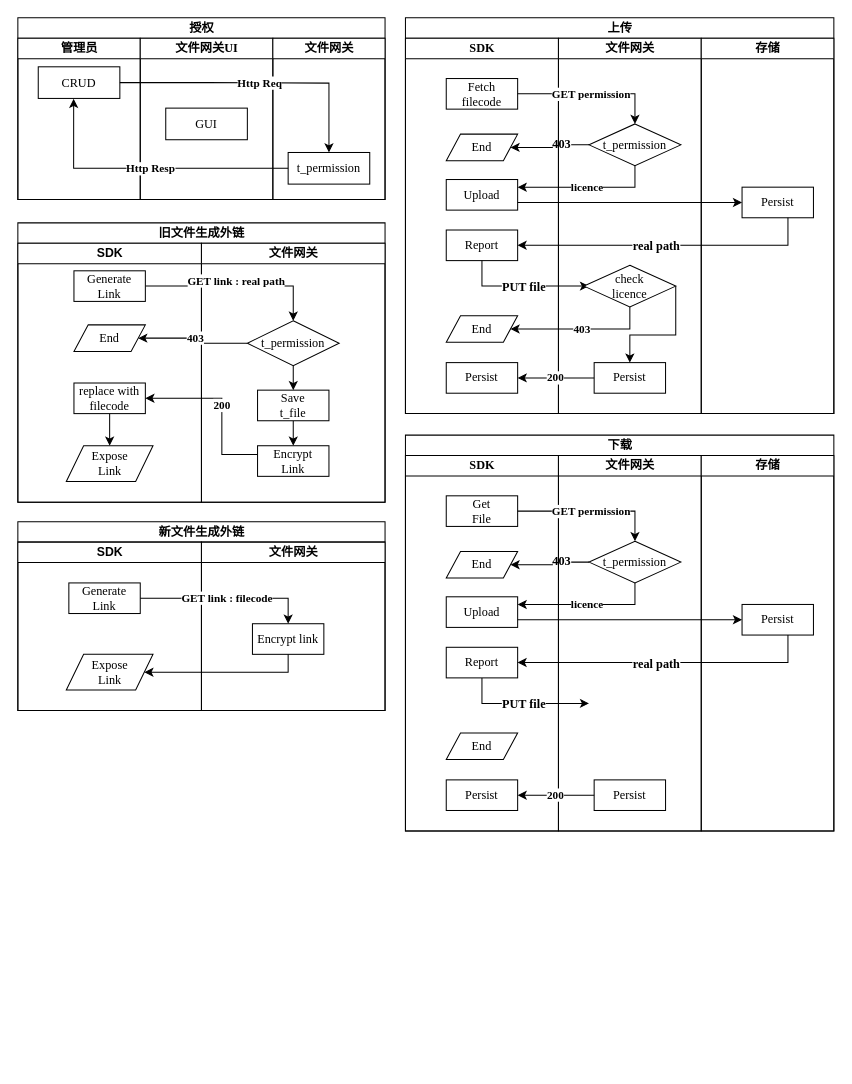
This is File-gateway.drawio from MouGG/drawio, a draw.io file, before an edit. Source tidied: cells renumbered, new cells numbered last; positions are measured from the earlier drawing's top-left corner, leaving out a move shared by most shapes. Both pictures are drawn from the tidied source at 102%, with x=0, y=0 at pixel (17, 17).
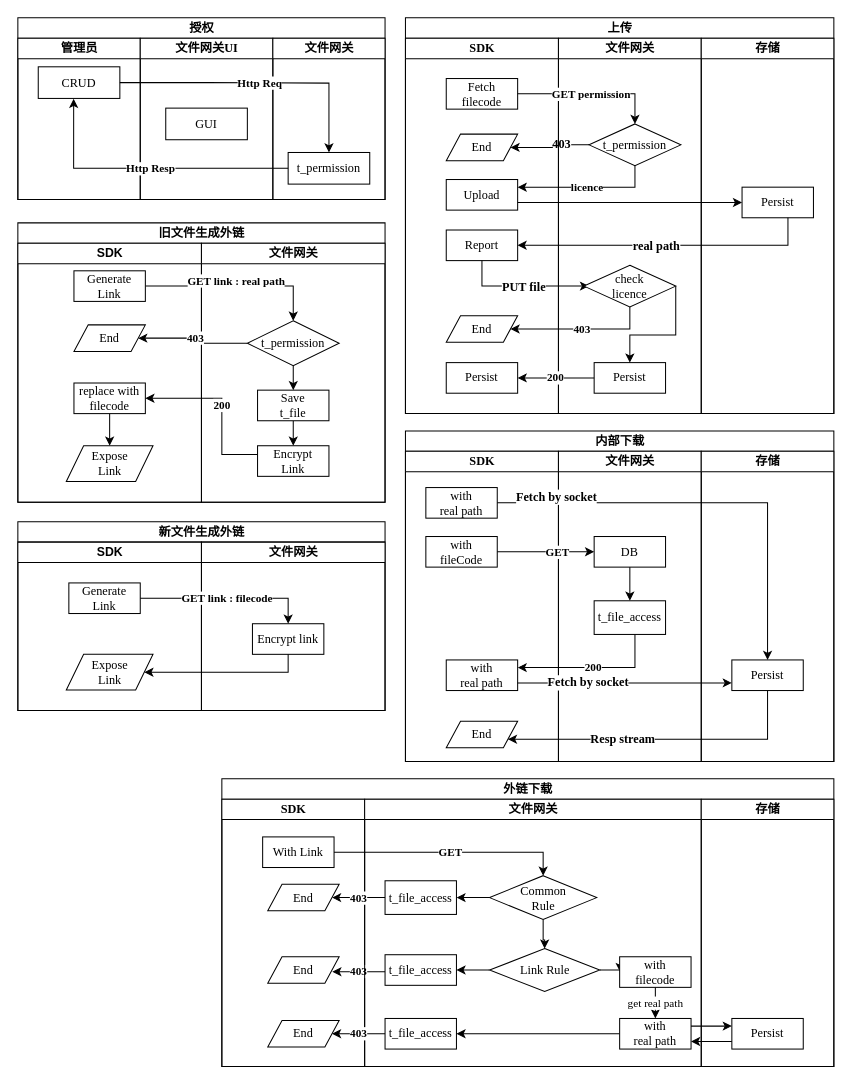
The same diagram, later.

What changed in the source:
```diff
@@
-    <mxCell id="61" value="下载" style="swimlane;html=1;startSize=20;fontFamily=Times New Roman;" parent="1" vertex="1">
-      <mxGeometry x="380" y="409.1" width="420" height="388" as="geometry" />
+    <mxCell id="61" value="内部下载" style="swimlane;html=1;startSize=20;fontFamily=Times New Roman;" parent="1" vertex="1">
+      <mxGeometry x="380" y="405" width="420" height="324" as="geometry" />
     </mxCell>
-    <mxCell id="62" style="edgeStyle=orthogonalEdgeStyle;rounded=0;comic=0;jettySize=auto;html=1;fontFamily=Times New Roman;" parent="61" edge="1" source="72" target="66">
-      <mxGeometry relative="1" as="geometry" />
-    </mxCell>
-    <mxCell id="63" value="&lt;div&gt;&lt;b&gt;403&lt;/b&gt;&lt;/div&gt;" style="text;html=1;align=center;verticalAlign=middle;labelBackgroundColor=#ffffff;fontFamily=Times New Roman;" parent="62" vertex="1">
-      <mxGeometry x="-0.3" y="-1" relative="1" as="geometry" />
-    </mxCell>
     <mxCell id="64" value="SDK" style="swimlane;html=1;startSize=20;fontFamily=Times New Roman;" parent="61" vertex="1">
-      <mxGeometry y="20" width="150" height="368" as="geometry" />
+      <mxGeometry y="20" width="150" height="304" as="geometry" />
     </mxCell>
-    <mxCell id="65" value="&lt;div&gt;Get&lt;/div&gt;&lt;div&gt;File&lt;br&gt;&lt;/div&gt;" style="rounded=0;whiteSpace=wrap;html=1;fontFamily=Times New Roman;" parent="64" vertex="1">
-      <mxGeometry x="40" y="39.5" width="70" height="30" as="geometry" />
+    <mxCell id="65" value="&lt;div&gt;with&lt;/div&gt;&lt;div&gt;real path&lt;br&gt;&lt;/div&gt;" style="rounded=0;whiteSpace=wrap;html=1;fontFamily=Times New Roman;" parent="64" vertex="1">
+      <mxGeometry x="20" y="35.5" width="70" height="30" as="geometry" />
     </mxCell>
-    <mxCell id="66" value="End" style="shape=parallelogram;perimeter=parallelogramPerimeter;whiteSpace=wrap;html=1;fontFamily=Times New Roman;" parent="64" vertex="1">
-      <mxGeometry x="40" y="94" width="70" height="26" as="geometry" />
-    </mxCell>
-    <mxCell id="67" value="Upload" style="rounded=0;whiteSpace=wrap;html=1;fontFamily=Times New Roman;" parent="64" vertex="1">
-      <mxGeometry x="40" y="138.5" width="70" height="30" as="geometry" />
-    </mxCell>
-    <mxCell id="68" value="Report" style="rounded=0;whiteSpace=wrap;html=1;fontFamily=Times New Roman;" parent="64" vertex="1">
-      <mxGeometry x="40" y="188" width="70" height="30" as="geometry" />
-    </mxCell>
-    <mxCell id="69" value="Persist" style="rounded=0;whiteSpace=wrap;html=1;fontFamily=Times New Roman;" parent="64" vertex="1">
-      <mxGeometry x="40" y="318" width="70" height="30" as="geometry" />
+    <mxCell id="69" value="&lt;div&gt;with&lt;/div&gt;&lt;div&gt;real path&lt;/div&gt;" style="rounded=0;whiteSpace=wrap;html=1;fontFamily=Times New Roman;" parent="64" vertex="1">
+      <mxGeometry x="40" y="204.5" width="70" height="30" as="geometry" />
     </mxCell>
     <mxCell id="70" value="End" style="shape=parallelogram;perimeter=parallelogramPerimeter;whiteSpace=wrap;html=1;fontFamily=Times New Roman;" parent="64" vertex="1">
-      <mxGeometry x="40" y="272" width="70" height="26" as="geometry" />
+      <mxGeometry x="40" y="264.5" width="70" height="26" as="geometry" />
     </mxCell>
+    <mxCell id="84" value="&lt;div&gt;with&lt;/div&gt;&lt;div&gt;fileCode&lt;br&gt;&lt;/div&gt;" style="rounded=0;whiteSpace=wrap;html=1;fontFamily=Times New Roman;" parent="64" vertex="1">
+      <mxGeometry x="20" y="83.5" width="70" height="30" as="geometry" />
+    </mxCell>
     <mxCell id="71" value="文件网关" style="swimlane;html=1;startSize=20;fontFamily=Times New Roman;" parent="61" vertex="1">
-      <mxGeometry x="150" y="20" width="140" height="368" as="geometry" />
+      <mxGeometry x="150" y="20" width="140" height="304" as="geometry" />
     </mxCell>
-    <mxCell id="72" value="t_permission" style="rhombus;whiteSpace=wrap;html=1;fontFamily=Times New Roman;" parent="71" vertex="1">
-      <mxGeometry x="30" y="84" width="90" height="41" as="geometry" />
-    </mxCell>
-    <mxCell id="73" value="Persist" style="rounded=0;whiteSpace=wrap;html=1;fontFamily=Times New Roman;" parent="71" vertex="1">
-      <mxGeometry x="35" y="318" width="70" height="30" as="geometry" />
-    </mxCell>
+    <mxCell id="85" style="edgeStyle=orthogonalEdgeStyle;rounded=0;comic=0;jettySize=auto;html=1;entryX=0.5;entryY=0;entryDx=0;entryDy=0;fontFamily=Times New Roman;" parent="71" edge="1" source="67" target="86">
+      <mxGeometry relative="1" as="geometry" />
+    </mxCell>
+    <mxCell id="67" value="DB" style="rounded=0;whiteSpace=wrap;html=1;fontFamily=Times New Roman;" parent="71" vertex="1">
+      <mxGeometry x="35" y="83.5" width="70" height="30" as="geometry" />
+    </mxCell>
+    <mxCell id="86" value="t_file_access" style="rounded=0;whiteSpace=wrap;html=1;fontFamily=Times New Roman;" parent="71" vertex="1">
+      <mxGeometry x="35" y="146.5" width="70" height="33" as="geometry" />
+    </mxCell>
     <mxCell id="74" value="存储" style="swimlane;html=1;startSize=20;fontFamily=Times New Roman;" parent="61" vertex="1">
-      <mxGeometry x="290" y="20" width="130" height="368" as="geometry" />
+      <mxGeometry x="290" y="20" width="130" height="304" as="geometry" />
     </mxCell>
     <mxCell id="75" value="Persist" style="rounded=0;whiteSpace=wrap;html=1;fontFamily=Times New Roman;" parent="74" vertex="1">
-      <mxGeometry x="40" y="146" width="70" height="30" as="geometry" />
+      <mxGeometry x="30" y="204.5" width="70" height="30" as="geometry" />
     </mxCell>
-    <mxCell id="76" style="edgeStyle=orthogonalEdgeStyle;rounded=0;comic=0;jettySize=auto;html=1;entryX=1;entryY=0.5;entryDx=0;entryDy=0;fontFamily=Times New Roman;" parent="61" edge="1" source="75">
-      <mxGeometry relative="1" as="geometry">
-        <mxPoint x="109.9" y="222.9" as="targetPoint" />
-        <Array as="points">
-          <mxPoint x="375" y="223" />
-        </Array>
-      </mxGeometry>
-    </mxCell>
-    <mxCell id="77" value="&lt;b&gt;real path&lt;/b&gt;" style="text;html=1;align=center;verticalAlign=middle;labelBackgroundColor=#ffffff;fontFamily=Times New Roman;" parent="76" vertex="1">
-      <mxGeometry x="0.07" y="1" relative="1" as="geometry" />
-    </mxCell>
-    <mxCell id="78" style="edgeStyle=orthogonalEdgeStyle;rounded=0;comic=0;jettySize=auto;html=1;fontFamily=Times New Roman;" parent="61" edge="1" source="68">
-      <mxGeometry relative="1" as="geometry">
-        <mxPoint x="180" y="263" as="targetPoint" />
-        <Array as="points">
-          <mxPoint x="75" y="263" />
-        </Array>
-      </mxGeometry>
-    </mxCell>
-    <mxCell id="79" value="&lt;div&gt;PUT file&lt;/div&gt;" style="text;html=1;align=center;verticalAlign=middle;labelBackgroundColor=#ffffff;fontStyle=1;fontFamily=Times New Roman;" parent="78" vertex="1">
-      <mxGeometry x="-0.33" relative="1" as="geometry">
-        <mxPoint x="21" as="offset" />
-      </mxGeometry>
-    </mxCell>
-    <mxCell id="80" style="edgeStyle=orthogonalEdgeStyle;rounded=0;comic=0;jettySize=auto;html=1;exitX=1;exitY=0.75;exitDx=0;exitDy=0;entryX=0;entryY=0.5;entryDx=0;entryDy=0;fontFamily=Times New Roman;" parent="61" edge="1" source="67" target="75">
-      <mxGeometry relative="1" as="geometry" />
-    </mxCell>
-    <mxCell id="81" value="&lt;b&gt;GET permission&lt;/b&gt;" style="edgeStyle=orthogonalEdgeStyle;rounded=0;comic=0;jettySize=auto;html=1;entryX=0.5;entryY=0;entryDx=0;entryDy=0;fontFamily=Times New Roman;" parent="61" edge="1" source="65" target="72">
-      <mxGeometry relative="1" as="geometry" />
-    </mxCell>
-    <mxCell id="82" value="&lt;b&gt;licence&lt;/b&gt;" style="edgeStyle=orthogonalEdgeStyle;rounded=0;comic=0;jettySize=auto;html=1;entryX=1;entryY=0.25;entryDx=0;entryDy=0;fontFamily=Times New Roman;" parent="61" edge="1" source="72" target="67">
-      <mxGeometry relative="1" as="geometry">
-        <Array as="points">
-          <mxPoint x="225" y="166" />
-        </Array>
-      </mxGeometry>
-    </mxCell>
+    <mxCell id="87" style="edgeStyle=orthogonalEdgeStyle;rounded=0;comic=0;jettySize=auto;html=1;entryX=0.5;entryY=0;entryDx=0;entryDy=0;fontFamily=Times New Roman;exitX=1;exitY=0.5;exitDx=0;exitDy=0;" parent="61" edge="1" source="65" target="75">
+      <mxGeometry relative="1" as="geometry">
+        <Array as="points">
+          <mxPoint x="355" y="70" />
+        </Array>
+      </mxGeometry>
+    </mxCell>
+    <mxCell id="88" value="&lt;div&gt;&lt;b&gt;Fetch by socket&lt;/b&gt;&lt;/div&gt;" style="text;html=1;align=center;verticalAlign=middle;labelBackgroundColor=#ffffff;fontFamily=Times New Roman;" parent="87" vertex="1">
+      <mxGeometry x="0.12" y="3" relative="1" as="geometry">
+        <mxPoint x="-178" y="-3" as="offset" />
+      </mxGeometry>
+    </mxCell>
+    <mxCell id="89" value="&lt;b&gt;GET&lt;br&gt;&lt;/b&gt;" style="edgeStyle=orthogonalEdgeStyle;rounded=0;comic=0;jettySize=auto;html=1;entryX=0;entryY=0.5;entryDx=0;entryDy=0;fontFamily=Times New Roman;exitX=1;exitY=0.5;exitDx=0;exitDy=0;" parent="61" edge="1" source="84" target="67">
+      <mxGeometry x="0.25" relative="1" as="geometry" />
+    </mxCell>
+    <mxCell id="90" style="edgeStyle=orthogonalEdgeStyle;rounded=0;comic=0;jettySize=auto;html=1;exitX=1;exitY=0.75;exitDx=0;exitDy=0;entryX=0;entryY=0.75;entryDx=0;entryDy=0;fontFamily=Times New Roman;" parent="61" edge="1" source="69" target="75">
+      <mxGeometry relative="1" as="geometry">
+        <Array as="points">
+          <mxPoint x="320" y="247" />
+        </Array>
+      </mxGeometry>
+    </mxCell>
+    <mxCell id="91" value="&lt;div&gt;&lt;b&gt;Fetch by socket&lt;/b&gt;&lt;/div&gt;" style="text;html=1;align=center;verticalAlign=middle;labelBackgroundColor=#ffffff;fontFamily=Times New Roman;" parent="90" vertex="1">
+      <mxGeometry x="-0.35" y="1" relative="1" as="geometry" />
+    </mxCell>
-    <mxCell id="83" value="&lt;b&gt;200&lt;/b&gt;" style="edgeStyle=orthogonalEdgeStyle;rounded=0;comic=0;jettySize=auto;html=1;entryX=1;entryY=0.5;entryDx=0;entryDy=0;fontFamily=Times New Roman;" parent="61" edge="1" source="73" target="69">
-      <mxGeometry relative="1" as="geometry" />
+    <mxCell id="83" value="&lt;b&gt;200&lt;/b&gt;" style="edgeStyle=orthogonalEdgeStyle;rounded=0;comic=0;jettySize=auto;html=1;entryX=1;entryY=0.25;entryDx=0;entryDy=0;fontFamily=Times New Roman;" parent="61" edge="1" source="86" target="69">
+      <mxGeometry relative="1" as="geometry">
+        <Array as="points">
+          <mxPoint x="225" y="232" />
+        </Array>
+      </mxGeometry>
     </mxCell>
+    <mxCell id="92" style="edgeStyle=orthogonalEdgeStyle;rounded=0;comic=0;jettySize=auto;html=1;entryX=1;entryY=0.75;entryDx=0;entryDy=0;fontFamily=Times New Roman;" parent="61" edge="1" source="75" target="70">
+      <mxGeometry relative="1" as="geometry">
+        <Array as="points">
+          <mxPoint x="355" y="302" />
+        </Array>
+      </mxGeometry>
+    </mxCell>
+    <mxCell id="93" value="&lt;b&gt;Resp stream&lt;/b&gt;" style="text;html=1;align=center;verticalAlign=middle;labelBackgroundColor=#ffffff;fontFamily=Times New Roman;" parent="92" vertex="1">
+      <mxGeometry x="0.26" y="-1" relative="1" as="geometry" />
+    </mxCell>
+    <mxCell id="94" value="外链下载" style="swimlane;html=1;startSize=20;fontFamily=Times New Roman;" parent="1" vertex="1">
+      <mxGeometry x="200" y="746" width="600" height="282" as="geometry" />
+    </mxCell>
+    <mxCell id="95" value="SDK" style="swimlane;html=1;startSize=20;fontFamily=Times New Roman;" parent="94" vertex="1">
+      <mxGeometry y="20" width="140" height="262" as="geometry" />
+    </mxCell>
+    <mxCell id="96" value="With Link" style="rounded=0;whiteSpace=wrap;html=1;fontFamily=Times New Roman;" parent="95" vertex="1">
+      <mxGeometry x="40" y="37" width="70" height="30" as="geometry" />
+    </mxCell>
+    <mxCell id="97" value="End" style="shape=parallelogram;perimeter=parallelogramPerimeter;whiteSpace=wrap;html=1;fontFamily=Times New Roman;" parent="95" vertex="1">
+      <mxGeometry x="45" y="83.5" width="70" height="26" as="geometry" />
+    </mxCell>
+    <mxCell id="98" value="End" style="shape=parallelogram;perimeter=parallelogramPerimeter;whiteSpace=wrap;html=1;fontFamily=Times New Roman;" parent="95" vertex="1">
+      <mxGeometry x="45" y="154.5" width="70" height="26" as="geometry" />
+    </mxCell>
+    <mxCell id="99" value="End" style="shape=parallelogram;perimeter=parallelogramPerimeter;whiteSpace=wrap;html=1;fontFamily=Times New Roman;" parent="95" vertex="1">
+      <mxGeometry x="45" y="217" width="70" height="26" as="geometry" />
+    </mxCell>
+    <mxCell id="100" value="&lt;b&gt;403&lt;/b&gt;" style="edgeStyle=orthogonalEdgeStyle;rounded=0;comic=0;orthogonalLoop=1;jettySize=auto;html=1;entryX=1;entryY=0.5;entryDx=0;entryDy=0;fontFamily=Times New Roman;" parent="94" edge="1">
+      <mxGeometry relative="1" as="geometry">
+        <mxPoint x="160" y="189.2" as="sourcePoint" />
+        <mxPoint x="108.3" y="189.2" as="targetPoint" />
+      </mxGeometry>
+    </mxCell>
+    <mxCell id="101" value="文件网关" style="swimlane;html=1;startSize=20;fontFamily=Times New Roman;" parent="94" vertex="1">
+      <mxGeometry x="140" y="20" width="330" height="262" as="geometry" />
+    </mxCell>
+    <mxCell id="102" value="t_file_access" style="rounded=0;whiteSpace=wrap;html=1;fontFamily=Times New Roman;" parent="101" vertex="1">
+      <mxGeometry x="20" y="80" width="70" height="33" as="geometry" />
+    </mxCell>
+    <mxCell id="103" style="edgeStyle=orthogonalEdgeStyle;rounded=0;comic=0;jettySize=auto;html=1;fontFamily=Times New Roman;" parent="101" edge="1" source="105" target="102">
+      <mxGeometry relative="1" as="geometry" />
+    </mxCell>
+    <mxCell id="104" style="edgeStyle=orthogonalEdgeStyle;rounded=0;comic=0;jettySize=auto;html=1;entryX=0.5;entryY=0;entryDx=0;entryDy=0;fontFamily=Times New Roman;" parent="101" edge="1" source="105" target="108">
+      <mxGeometry relative="1" as="geometry" />
+    </mxCell>
+    <mxCell id="105" value="&lt;div&gt;Common&lt;/div&gt;&lt;div&gt;Rule&lt;br&gt;&lt;/div&gt;" style="rhombus;whiteSpace=wrap;html=1;fontFamily=Times New Roman;" parent="101" vertex="1">
+      <mxGeometry x="122.5" y="75" width="105" height="43" as="geometry" />
+    </mxCell>
+    <mxCell id="106" style="edgeStyle=orthogonalEdgeStyle;rounded=0;comic=0;jettySize=auto;html=1;entryX=0;entryY=0.5;entryDx=0;entryDy=0;fontFamily=Times New Roman;" parent="101" edge="1" source="108" target="112">
+      <mxGeometry relative="1" as="geometry" />
+    </mxCell>
+    <mxCell id="107" style="edgeStyle=orthogonalEdgeStyle;rounded=0;comic=0;jettySize=auto;html=1;entryX=1;entryY=0.5;entryDx=0;entryDy=0;fontFamily=Times New Roman;" parent="101" edge="1" source="108" target="109">
+      <mxGeometry relative="1" as="geometry" />
+    </mxCell>
+    <mxCell id="108" value="&lt;div&gt;Link Rule&lt;br&gt;&lt;/div&gt;" style="rhombus;whiteSpace=wrap;html=1;fontFamily=Times New Roman;" parent="101" vertex="1">
+      <mxGeometry x="122.5" y="146.5" width="108" height="42" as="geometry" />
+    </mxCell>
+    <mxCell id="109" value="t_file_access" style="rounded=0;whiteSpace=wrap;html=1;fontFamily=Times New Roman;" parent="101" vertex="1">
+      <mxGeometry x="20" y="152.5" width="70" height="30" as="geometry" />
+    </mxCell>
+    <mxCell id="110" value="t_file_access" style="rounded=0;whiteSpace=wrap;html=1;fontFamily=Times New Roman;" parent="101" vertex="1">
+      <mxGeometry x="20" y="215" width="70" height="30" as="geometry" />
+    </mxCell>
+    <mxCell id="111" value="get real path" style="edgeStyle=orthogonalEdgeStyle;rounded=0;comic=0;jettySize=auto;html=1;entryX=0.5;entryY=0;entryDx=0;entryDy=0;fontFamily=Times New Roman;" parent="101" edge="1" source="112" target="114">
+      <mxGeometry relative="1" as="geometry" />
+    </mxCell>
+    <mxCell id="112" value="&lt;div&gt;with&lt;/div&gt;&lt;div&gt;filecode&lt;/div&gt;" style="rounded=0;whiteSpace=wrap;html=1;fontFamily=Times New Roman;" parent="101" vertex="1">
+      <mxGeometry x="250" y="154.5" width="70" height="30" as="geometry" />
+    </mxCell>
+    <mxCell id="113" style="edgeStyle=orthogonalEdgeStyle;rounded=0;comic=0;jettySize=auto;html=1;entryX=1;entryY=0.5;entryDx=0;entryDy=0;fontFamily=Times New Roman;" parent="101" edge="1" source="114" target="110">
+      <mxGeometry relative="1" as="geometry" />
+    </mxCell>
+    <mxCell id="114" value="&lt;div&gt;with&lt;/div&gt;&lt;div&gt;real path&lt;/div&gt;" style="rounded=0;whiteSpace=wrap;html=1;fontFamily=Times New Roman;" parent="101" vertex="1">
+      <mxGeometry x="250" y="215" width="70" height="30" as="geometry" />
+    </mxCell>
+    <mxCell id="115" value="存储" style="swimlane;html=1;startSize=20;fontFamily=Times New Roman;" parent="94" vertex="1">
+      <mxGeometry x="470" y="20" width="130" height="262" as="geometry" />
+    </mxCell>
+    <mxCell id="73" value="Persist" style="rounded=0;whiteSpace=wrap;html=1;fontFamily=Times New Roman;" parent="115" vertex="1">
+      <mxGeometry x="30" y="215" width="70" height="30" as="geometry" />
+    </mxCell>
+    <mxCell id="116" value="&lt;b&gt;GET&lt;/b&gt;" style="edgeStyle=orthogonalEdgeStyle;rounded=0;comic=0;jettySize=auto;html=1;entryX=0.5;entryY=0;entryDx=0;entryDy=0;fontFamily=Times New Roman;" parent="94" edge="1" source="96" target="105">
+      <mxGeometry relative="1" as="geometry" />
+    </mxCell>
+    <mxCell id="117" value="&lt;b&gt;403&lt;/b&gt;" style="edgeStyle=orthogonalEdgeStyle;rounded=0;comic=0;jettySize=auto;html=1;entryX=1;entryY=0.5;entryDx=0;entryDy=0;fontFamily=Times New Roman;" parent="94" edge="1" source="110" target="99">
+      <mxGeometry relative="1" as="geometry" />
+    </mxCell>
+    <mxCell id="118" style="edgeStyle=orthogonalEdgeStyle;rounded=0;comic=0;jettySize=auto;html=1;exitX=1;exitY=0.25;exitDx=0;exitDy=0;entryX=0;entryY=0.25;entryDx=0;entryDy=0;fontFamily=Times New Roman;" parent="94" edge="1" source="114" target="73">
+      <mxGeometry relative="1" as="geometry" />
+    </mxCell>
+    <mxCell id="119" style="edgeStyle=orthogonalEdgeStyle;rounded=0;comic=0;jettySize=auto;html=1;exitX=0;exitY=0.75;exitDx=0;exitDy=0;entryX=1;entryY=0.75;entryDx=0;entryDy=0;fontFamily=Times New Roman;" parent="94" edge="1" source="73" target="114">
+      <mxGeometry relative="1" as="geometry" />
+    </mxCell>
+    <mxCell id="120" value="&lt;b&gt;403&lt;/b&gt;" style="edgeStyle=orthogonalEdgeStyle;rounded=0;comic=0;jettySize=auto;html=1;fontFamily=Times New Roman;" parent="94" edge="1" source="102" target="97">
+      <mxGeometry relative="1" as="geometry" />
+    </mxCell>
```
